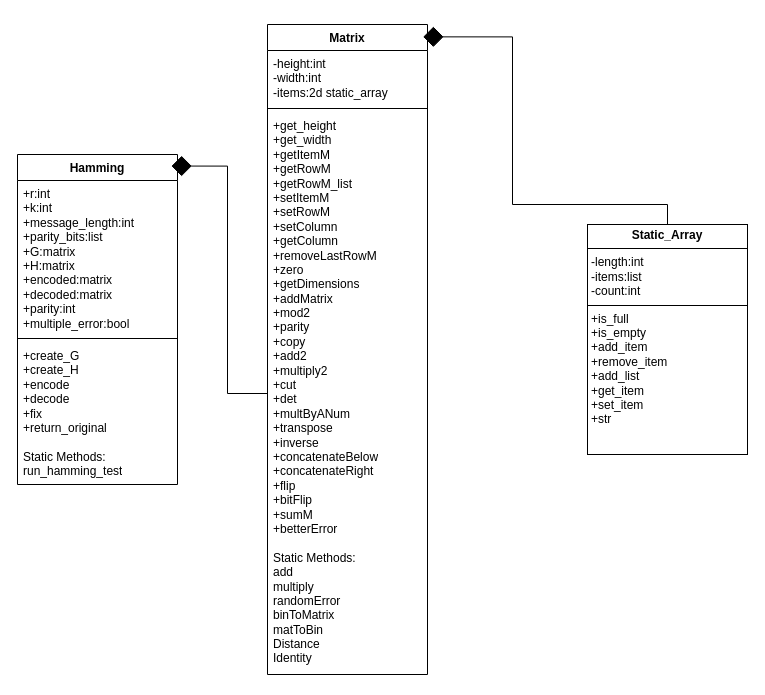
The draw.io diagram project_class_diagram.drawio in rcatovsky/Finalproject, before the edit. Source tidied: cells renumbered, new cells numbered last; positions are measured from the earlier drawing's top-left corner, leaving out a move shared by most shapes. Both pictures are drawn from the tidied source at 100%, with x=0, y=0 at pixel (17, 24).
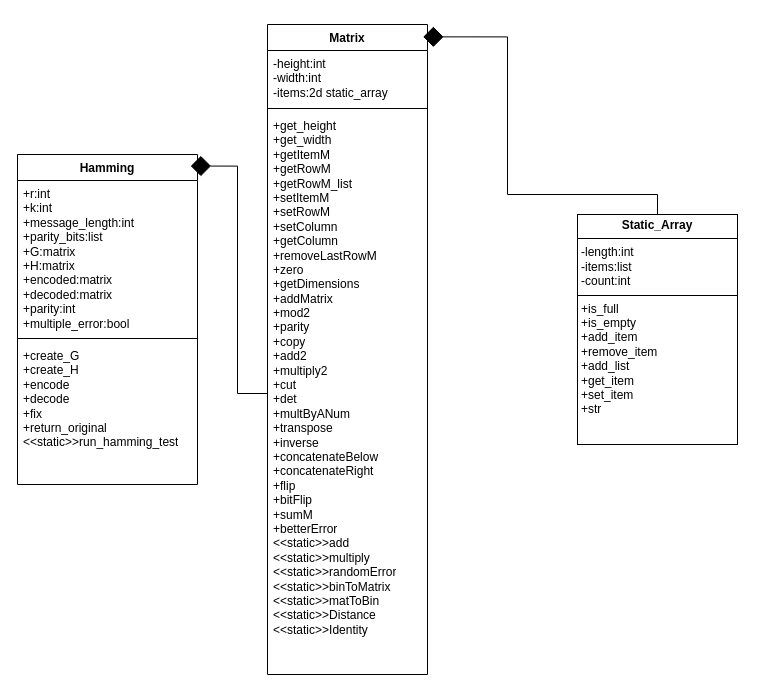
The same page after the edit.

What changed in the source:
```diff
@@
 <mxGraphModel>
   <root>
     <mxCell id="0" />
     <mxCell id="1" parent="0" />
     <mxCell id="2" value="&lt;p style=&quot;margin:0px;margin-top:4px;text-align:center;&quot;&gt;&lt;b&gt;Static_Array&lt;/b&gt;&lt;/p&gt;&lt;hr size=&quot;1&quot; style=&quot;border-style:solid;&quot;&gt;&lt;p style=&quot;margin:0px;margin-left:4px;&quot;&gt;-length:int&lt;/p&gt;&lt;p style=&quot;margin:0px;margin-left:4px;&quot;&gt;-items:list&lt;/p&gt;&lt;p style=&quot;margin:0px;margin-left:4px;&quot;&gt;-count:int&lt;/p&gt;&lt;hr size=&quot;1&quot; style=&quot;border-style:solid;&quot;&gt;&lt;p style=&quot;margin:0px;margin-left:4px;&quot;&gt;+is_full&lt;/p&gt;&lt;p style=&quot;margin:0px;margin-left:4px;&quot;&gt;+is_empty&lt;/p&gt;&lt;p style=&quot;margin:0px;margin-left:4px;&quot;&gt;+add_item&lt;/p&gt;&lt;p style=&quot;margin:0px;margin-left:4px;&quot;&gt;+remove_item&lt;/p&gt;&lt;p style=&quot;margin:0px;margin-left:4px;&quot;&gt;+add_list&lt;/p&gt;&lt;p style=&quot;margin:0px;margin-left:4px;&quot;&gt;+get_item&lt;/p&gt;&lt;p style=&quot;margin:0px;margin-left:4px;&quot;&gt;+set_item&lt;/p&gt;&lt;p style=&quot;margin:0px;margin-left:4px;&quot;&gt;+str&lt;/p&gt;" style="verticalAlign=top;align=left;overflow=fill;html=1;whiteSpace=wrap;" parent="1" vertex="1">
-      <mxGeometry x="570" y="200" width="160" height="230" as="geometry" />
+      <mxGeometry x="560" y="190" width="160" height="230" as="geometry" />
     </mxCell>
     <mxCell id="3" value="Matrix" style="swimlane;fontStyle=1;align=center;verticalAlign=top;horizontal=1;startSize=26;whiteSpace=wrap;html=1;" parent="1" vertex="1">
       <mxGeometry x="250" width="160" height="650" as="geometry" />
     </mxCell>
     <mxCell id="4" value="-height:int&lt;div&gt;-width:int&lt;/div&gt;&lt;div&gt;-items:2d static_array&lt;/div&gt;&lt;div&gt;&lt;br&gt;&lt;/div&gt;" style="text;strokeColor=none;fillColor=none;align=left;verticalAlign=top;spacingLeft=4;spacingRight=4;overflow=hidden;whiteSpace=wrap;html=1;" parent="3" vertex="1">
       <mxGeometry y="26" width="160" height="54" as="geometry" />
     </mxCell>
     <mxCell id="5" style="line;strokeWidth=1;fillColor=none;align=left;verticalAlign=middle;spacingTop=-1;spacingLeft=3;spacingRight=3;labelPosition=right;strokeColor=inherit;" parent="3" vertex="1">
       <mxGeometry y="80" width="160" height="8" as="geometry" />
     </mxCell>
-    <mxCell id="6" value="+get_height&lt;div&gt;+get_width&lt;/div&gt;&lt;div&gt;+getItemM&lt;/div&gt;&lt;div&gt;+getRowM&lt;/div&gt;&lt;div&gt;+getRowM_list&lt;/div&gt;&lt;div&gt;+setItemM&lt;/div&gt;&lt;div&gt;+setRowM&lt;/div&gt;&lt;div&gt;+setColumn&lt;/div&gt;&lt;div&gt;+getColumn&lt;/div&gt;&lt;div&gt;+removeLastRowM&lt;/div&gt;&lt;div&gt;+zero&lt;/div&gt;&lt;div&gt;+getDimensions&lt;/div&gt;&lt;div&gt;+addMatrix&lt;/div&gt;&lt;div&gt;+mod2&lt;/div&gt;&lt;div&gt;+parity&lt;/div&gt;&lt;div&gt;+copy&lt;/div&gt;&lt;div&gt;+add2&lt;/div&gt;&lt;div&gt;+multiply2&lt;/div&gt;&lt;div&gt;+cut&lt;/div&gt;&lt;div&gt;+det&lt;/div&gt;&lt;div&gt;+multByANum&lt;/div&gt;&lt;div&gt;+transpose&lt;/div&gt;&lt;div&gt;+inverse&lt;/div&gt;&lt;div&gt;+concatenateBelow&lt;/div&gt;&lt;div&gt;+concatenateRight&lt;/div&gt;&lt;div&gt;+flip&lt;/div&gt;&lt;div&gt;+bitFlip&lt;/div&gt;&lt;div&gt;+sumM&lt;/div&gt;&lt;div&gt;+betterError&lt;/div&gt;&lt;div&gt;&lt;br&gt;&lt;/div&gt;&lt;div&gt;Static Methods:&lt;/div&gt;&lt;div&gt;add&lt;/div&gt;&lt;div&gt;multiply&lt;/div&gt;&lt;div&gt;randomError&lt;/div&gt;&lt;div&gt;binToMatrix&lt;/div&gt;&lt;div&gt;matToBin&lt;/div&gt;&lt;div&gt;Distance&lt;/div&gt;&lt;div&gt;Identity&lt;/div&gt;&lt;div&gt;&lt;br&gt;&lt;/div&gt;" style="text;strokeColor=none;fillColor=none;align=left;verticalAlign=top;spacingLeft=4;spacingRight=4;overflow=hidden;points=[[0,0.5],[1,0.5]];portConstraint=eastwest;whiteSpace=wrap;html=1;" parent="3" vertex="1">
+    <mxCell id="6" value="+get_height&lt;div&gt;+get_width&lt;/div&gt;&lt;div&gt;+getItemM&lt;/div&gt;&lt;div&gt;+getRowM&lt;/div&gt;&lt;div&gt;+getRowM_list&lt;/div&gt;&lt;div&gt;+setItemM&lt;/div&gt;&lt;div&gt;+setRowM&lt;/div&gt;&lt;div&gt;+setColumn&lt;/div&gt;&lt;div&gt;+getColumn&lt;/div&gt;&lt;div&gt;+removeLastRowM&lt;/div&gt;&lt;div&gt;+zero&lt;/div&gt;&lt;div&gt;+getDimensions&lt;/div&gt;&lt;div&gt;+addMatrix&lt;/div&gt;&lt;div&gt;+mod2&lt;/div&gt;&lt;div&gt;+parity&lt;/div&gt;&lt;div&gt;+copy&lt;/div&gt;&lt;div&gt;+add2&lt;/div&gt;&lt;div&gt;+multiply2&lt;/div&gt;&lt;div&gt;+cut&lt;/div&gt;&lt;div&gt;+det&lt;/div&gt;&lt;div&gt;+multByANum&lt;/div&gt;&lt;div&gt;+transpose&lt;/div&gt;&lt;div&gt;+inverse&lt;/div&gt;&lt;div&gt;+concatenateBelow&lt;/div&gt;&lt;div&gt;+concatenateRight&lt;/div&gt;&lt;div&gt;+flip&lt;/div&gt;&lt;div&gt;+bitFlip&lt;/div&gt;&lt;div&gt;+sumM&lt;/div&gt;&lt;div&gt;+betterError&lt;/div&gt;&lt;div&gt;&lt;span style=&quot;background-color: transparent; color: light-dark(rgb(0, 0, 0), rgb(255, 255, 255));&quot;&gt;&amp;lt;&amp;lt;static&amp;gt;&amp;gt;&lt;/span&gt;add&lt;/div&gt;&lt;div&gt;&lt;span style=&quot;background-color: transparent; color: light-dark(rgb(0, 0, 0), rgb(255, 255, 255));&quot;&gt;&amp;lt;&amp;lt;static&amp;gt;&amp;gt;&lt;/span&gt;multiply&lt;/div&gt;&lt;div&gt;&lt;span style=&quot;background-color: transparent; color: light-dark(rgb(0, 0, 0), rgb(255, 255, 255));&quot;&gt;&amp;lt;&amp;lt;static&amp;gt;&amp;gt;&lt;/span&gt;randomError&lt;/div&gt;&lt;div&gt;&lt;span style=&quot;background-color: transparent; color: light-dark(rgb(0, 0, 0), rgb(255, 255, 255));&quot;&gt;&amp;lt;&amp;lt;static&amp;gt;&amp;gt;&lt;/span&gt;binToMatrix&lt;/div&gt;&lt;div&gt;&lt;span style=&quot;background-color: transparent; color: light-dark(rgb(0, 0, 0), rgb(255, 255, 255));&quot;&gt;&amp;lt;&amp;lt;static&amp;gt;&amp;gt;&lt;/span&gt;matToBin&lt;/div&gt;&lt;div&gt;&lt;span style=&quot;background-color: transparent; color: light-dark(rgb(0, 0, 0), rgb(255, 255, 255));&quot;&gt;&amp;lt;&amp;lt;static&amp;gt;&amp;gt;&lt;/span&gt;Distance&lt;/div&gt;&lt;div&gt;&lt;span style=&quot;background-color: transparent; color: light-dark(rgb(0, 0, 0), rgb(255, 255, 255));&quot;&gt;&amp;lt;&amp;lt;static&amp;gt;&amp;gt;I&lt;/span&gt;&lt;span style=&quot;background-color: transparent; color: light-dark(rgb(0, 0, 0), rgb(255, 255, 255));&quot;&gt;dentity&lt;/span&gt;&lt;/div&gt;&lt;div&gt;&lt;br&gt;&lt;/div&gt;" style="text;strokeColor=none;fillColor=none;align=left;verticalAlign=top;spacingLeft=4;spacingRight=4;overflow=hidden;points=[[0,0.5],[1,0.5]];portConstraint=eastwest;whiteSpace=wrap;html=1;" parent="3" vertex="1">
       <mxGeometry y="88" width="160" height="562" as="geometry" />
     </mxCell>
     <mxCell id="7" style="edgeStyle=orthogonalEdgeStyle;rounded=0;jettySize=auto;html=1;entryX=0.973;entryY=0.019;entryDx=0;entryDy=0;entryPerimeter=0;endArrow=diamond;endFill=1;exitX=0.5;exitY=0;exitDx=0;exitDy=0;endSize=18;" parent="1" edge="1" source="2" target="3">
       <mxGeometry relative="1" as="geometry" />
     </mxCell>
     <mxCell id="8" value="Hamming" style="swimlane;fontStyle=1;align=center;verticalAlign=top;horizontal=1;startSize=26;whiteSpace=wrap;html=1;" parent="1" vertex="1">
-      <mxGeometry y="130" width="160" height="330" as="geometry" />
+      <mxGeometry y="130" width="180" height="330" as="geometry" />
     </mxCell>
     <mxCell id="9" value="+r:int&lt;div&gt;+k:int&lt;/div&gt;&lt;div&gt;+message_length:int&lt;/div&gt;&lt;div&gt;+parity_bits:list&lt;/div&gt;&lt;div&gt;+G:matrix&lt;/div&gt;&lt;div&gt;+H:matrix&lt;/div&gt;&lt;div&gt;+encoded:matrix&lt;/div&gt;&lt;div&gt;+decoded:matrix&lt;/div&gt;&lt;div&gt;+parity:int&lt;/div&gt;&lt;div&gt;+multiple_error:bool&lt;/div&gt;" style="text;strokeColor=none;fillColor=none;align=left;verticalAlign=top;spacingLeft=4;spacingRight=4;overflow=hidden;whiteSpace=wrap;html=1;" parent="8" vertex="1">
-      <mxGeometry y="26" width="160" height="154" as="geometry" />
+      <mxGeometry y="26" width="180" height="154" as="geometry" />
     </mxCell>
     <mxCell id="10" style="line;strokeWidth=1;fillColor=none;align=left;verticalAlign=middle;spacingTop=-1;spacingLeft=3;spacingRight=3;labelPosition=right;strokeColor=inherit;" parent="8" vertex="1">
-      <mxGeometry y="180" width="160" height="8" as="geometry" />
+      <mxGeometry y="180" width="180" height="8" as="geometry" />
     </mxCell>
-    <mxCell id="11" value="+create_G&lt;div&gt;+create_H&lt;/div&gt;&lt;div&gt;+encode&lt;/div&gt;&lt;div&gt;+decode&lt;/div&gt;&lt;div&gt;+fix&lt;/div&gt;&lt;div&gt;+return_original&lt;/div&gt;&lt;div&gt;&lt;br&gt;&lt;/div&gt;&lt;div&gt;Static Methods:&lt;/div&gt;&lt;div&gt;run_hamming_test&lt;/div&gt;" style="text;strokeColor=none;fillColor=none;align=left;verticalAlign=top;spacingLeft=4;spacingRight=4;overflow=hidden;whiteSpace=wrap;html=1;" parent="8" vertex="1">
-      <mxGeometry y="188" width="160" height="142" as="geometry" />
+    <mxCell id="11" value="+create_G&lt;div&gt;+create_H&lt;/div&gt;&lt;div&gt;+encode&lt;/div&gt;&lt;div&gt;+decode&lt;/div&gt;&lt;div&gt;+fix&lt;/div&gt;&lt;div&gt;+return_original&lt;/div&gt;&lt;div&gt;&amp;lt;&amp;lt;static&amp;gt;&amp;gt;run_hamming_test&lt;/div&gt;" style="text;strokeColor=none;fillColor=none;align=left;verticalAlign=top;spacingLeft=4;spacingRight=4;overflow=hidden;whiteSpace=wrap;html=1;" parent="8" vertex="1">
+      <mxGeometry y="188" width="180" height="142" as="geometry" />
     </mxCell>
     <mxCell id="12" style="edgeStyle=orthogonalEdgeStyle;rounded=0;jettySize=auto;html=1;exitX=0;exitY=0.5;exitDx=0;exitDy=0;entryX=0.962;entryY=0.035;entryDx=0;entryDy=0;entryPerimeter=0;endArrow=diamond;endFill=1;endSize=18;" parent="1" edge="1" source="6" target="8">
       <mxGeometry relative="1" as="geometry" />
     </mxCell>
   </root>
 </mxGraphModel>
```
